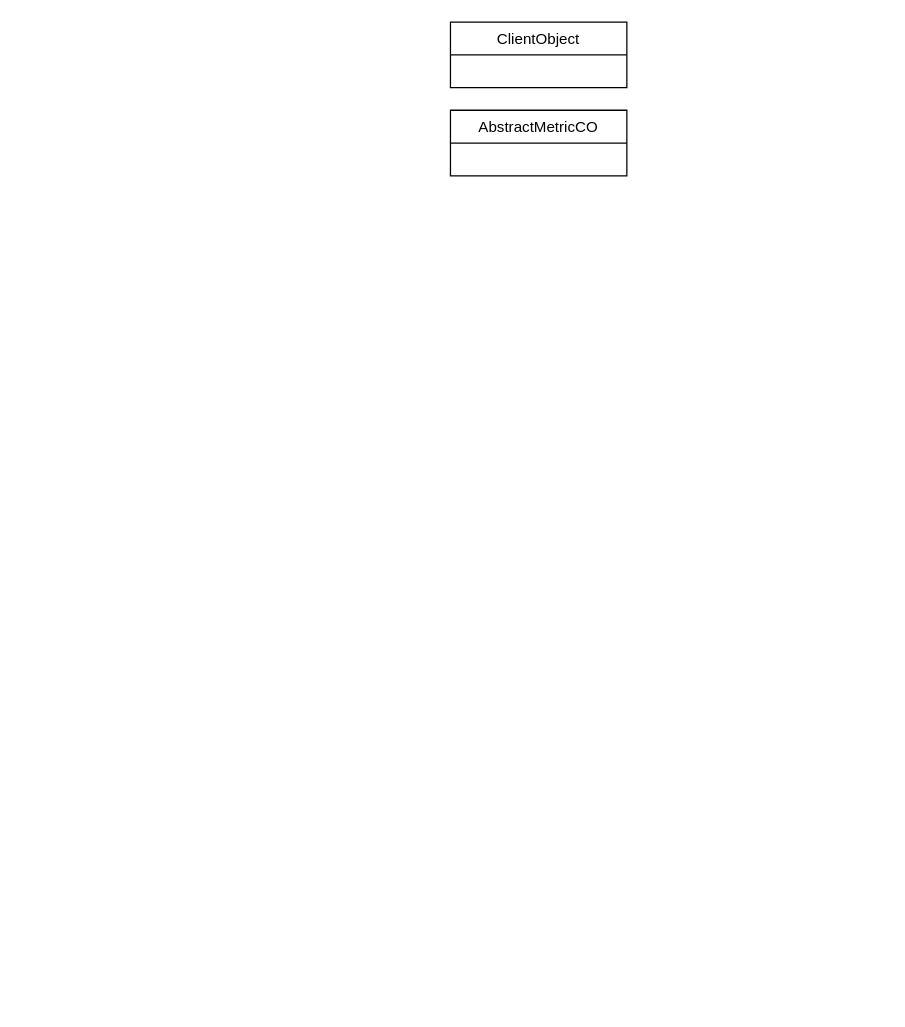
This is diagrams.net/DDDtest.drawio from ZhengweiHou/simplegit, a draw.io file, before an edit. Source tidied: cells renumbered, new cells numbered last; positions are measured from the earlier drawing's top-left corner, leaving out a move shared by most shapes. Both pictures are drawn from the tidied source at 126%, with x=0, y=0 at pixel (450, 21).
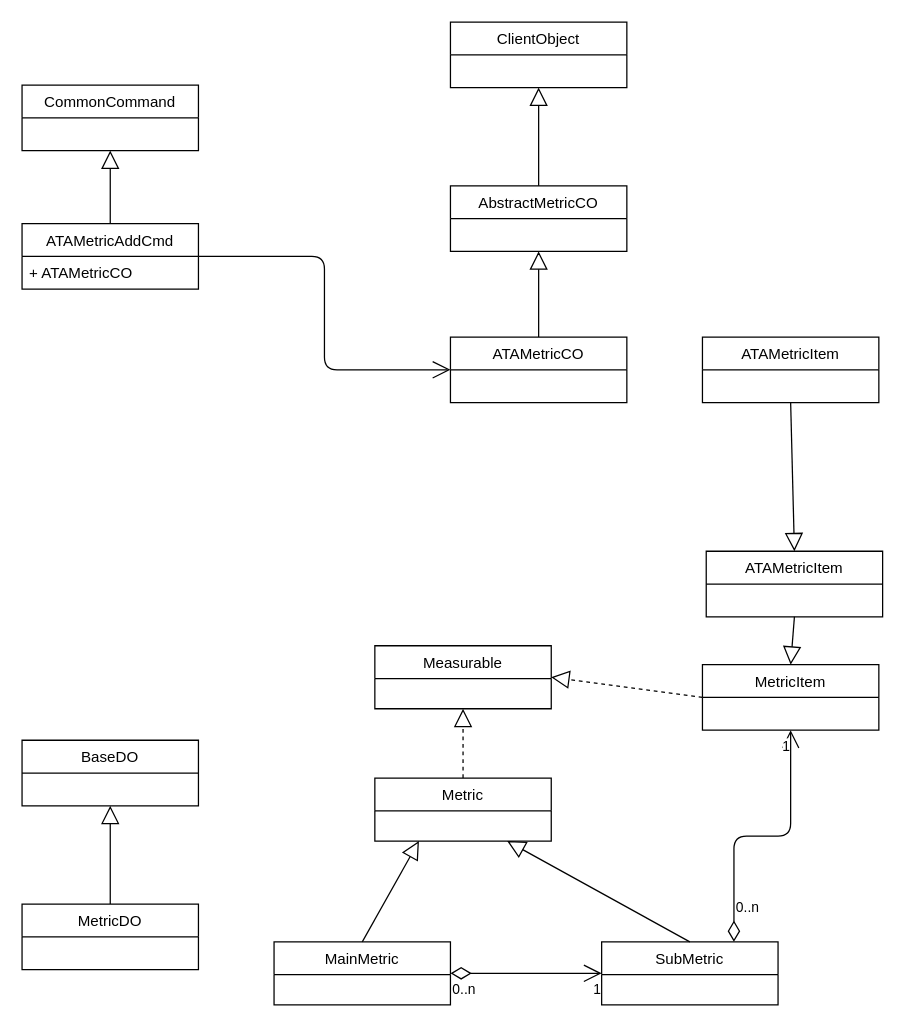
After the change.

The change refers to these unchanged cells:
```xml
<mxCell id="3" value="ClientObject" style="swimlane;fontStyle=0;horizontal=1;startSize=26;fillColor=none;" parent="1" vertex="1">
  <mxGeometry width="140" height="52" as="geometry" />
</mxCell>
```

Change to the diagram source:
```diff
@@
     <mxCell id="2" value="AbstractMetricCO" style="swimlane;fontStyle=0;horizontal=1;startSize=26;fillColor=none;" parent="1" vertex="1">
-      <mxGeometry y="70" width="140" height="52" as="geometry" />
+      <mxGeometry y="130" width="140" height="52" as="geometry" />
     </mxCell>
@@
+    <mxCell id="4" style="endArrow=block;endFill=0;endSize=12;html=1;entryX=0.5;entryY=1;entryDx=0;entryDy=0;" parent="1" edge="1" source="2" target="3">
+      <mxGeometry relative="1" as="geometry" />
+    </mxCell>
+    <mxCell id="5" value="ATAMetricCO" style="swimlane;fontStyle=0;horizontal=1;startSize=26;fillColor=none;" parent="1" vertex="1">
+      <mxGeometry y="250" width="140" height="52" as="geometry" />
+    </mxCell>
+    <mxCell id="6" style="endArrow=block;endFill=0;endSize=12;html=1;entryX=0.5;entryY=1;entryDx=0;entryDy=0;exitX=0.5;exitY=0;exitDx=0;exitDy=0;" parent="1" edge="1" source="5" target="2">
+      <mxGeometry relative="1" as="geometry" />
+    </mxCell>
+    <mxCell id="7" value="ATAMetricAddCmd" style="swimlane;fontStyle=0;horizontal=1;startSize=26;fillColor=none;" parent="1" vertex="1">
+      <mxGeometry x="-340" y="160" width="140" height="52" as="geometry" />
+    </mxCell>
+    <mxCell id="8" value="+ ATAMetricCO" style="text;strokeColor=none;fillColor=none;align=left;verticalAlign=top;spacingLeft=4;spacingRight=4;overflow=hidden;" parent="7" vertex="1">
+      <mxGeometry y="26" width="140" height="26" as="geometry" />
+    </mxCell>
+    <mxCell id="9" style="endArrow=open;endFill=1;endSize=12;html=1;entryX=0;entryY=0.5;entryDx=0;entryDy=0;exitX=1;exitY=0.5;exitDx=0;exitDy=0;edgeStyle=elbowEdgeStyle;" parent="1" edge="1" source="7" target="5">
+      <mxGeometry relative="1" as="geometry" />
+    </mxCell>
+    <mxCell id="10" value="CommonCommand" style="swimlane;fontStyle=0;horizontal=1;startSize=26;fillColor=none;" parent="1" vertex="1">
+      <mxGeometry x="-340" y="50" width="140" height="52" as="geometry" />
+    </mxCell>
+    <mxCell id="11" style="endArrow=block;endFill=0;endSize=12;html=1;entryX=0.5;entryY=1;entryDx=0;entryDy=0;" parent="1" edge="1" source="7" target="10">
+      <mxGeometry relative="1" as="geometry" />
+    </mxCell>
+    <mxCell id="12" value="ATAMetricItem" style="swimlane;fontStyle=0;horizontal=1;startSize=26;fillColor=none;" parent="1" vertex="1">
+      <mxGeometry x="200" y="250" width="140" height="52" as="geometry" />
+    </mxCell>
+    <mxCell id="13" value="MetricDO" style="swimlane;fontStyle=0;horizontal=1;startSize=26;fillColor=none;" parent="1" vertex="1">
+      <mxGeometry x="-340" y="700" width="140" height="52" as="geometry" />
+    </mxCell>
+    <mxCell id="14" value="BaseDO" style="swimlane;fontStyle=0;horizontal=1;startSize=26;fillColor=none;" parent="1" vertex="1">
+      <mxGeometry x="-340" y="570" width="140" height="52" as="geometry" />
+    </mxCell>
+    <mxCell id="15" style="endArrow=block;endFill=0;endSize=12;html=1;entryX=0.5;entryY=1;entryDx=0;entryDy=0;exitX=0.5;exitY=0;exitDx=0;exitDy=0;" parent="1" edge="1" source="13" target="14">
+      <mxGeometry relative="1" as="geometry" />
+    </mxCell>
+    <mxCell id="16" value="Measurable" style="swimlane;fontStyle=0;horizontal=1;startSize=26;fillColor=none;" parent="1" vertex="1">
+      <mxGeometry x="-60" y="495" width="140" height="50" as="geometry" />
+    </mxCell>
+    <mxCell id="17" value="Metric" style="swimlane;fontStyle=0;horizontal=1;startSize=26;fillColor=none;" parent="1" vertex="1">
+      <mxGeometry x="-60" y="600" width="140" height="50" as="geometry" />
+    </mxCell>
+    <mxCell id="18" style="endArrow=block;dashed=1;endFill=0;endSize=12;html=1;exitX=0.5;exitY=0;exitDx=0;exitDy=0;entryX=0.5;entryY=1;entryDx=0;entryDy=0;" parent="1" edge="1" source="17" target="16">
+      <mxGeometry relative="1" as="geometry" />
+    </mxCell>
+    <mxCell id="19" value="MainMetric" style="swimlane;fontStyle=0;horizontal=1;startSize=26;fillColor=none;" parent="1" vertex="1">
+      <mxGeometry x="-140" y="730" width="140" height="50" as="geometry" />
+    </mxCell>
+    <mxCell id="20" style="endArrow=block;endFill=0;endSize=12;html=1;entryX=0.25;entryY=1;entryDx=0;entryDy=0;exitX=0.5;exitY=0;exitDx=0;exitDy=0;" parent="1" edge="1" source="19" target="17">
+      <mxGeometry relative="1" as="geometry" />
+    </mxCell>
+    <mxCell id="21" value="SubMetric" style="swimlane;fontStyle=0;horizontal=1;startSize=26;fillColor=none;" parent="1" vertex="1">
+      <mxGeometry x="120" y="730" width="140" height="50" as="geometry" />
+    </mxCell>
+    <mxCell id="22" style="endArrow=block;endFill=0;endSize=12;html=1;exitX=0.5;exitY=0;exitDx=0;exitDy=0;entryX=0.75;entryY=1;entryDx=0;entryDy=0;" parent="1" edge="1" source="21" target="17">
+      <mxGeometry relative="1" as="geometry" />
+    </mxCell>
+    <mxCell id="23" style="endArrow=open;html=1;endSize=12;startArrow=diamondThin;startSize=14;startFill=0;edgeStyle=orthogonalEdgeStyle;entryX=0;entryY=0.5;entryDx=0;entryDy=0;exitX=1;exitY=0.5;exitDx=0;exitDy=0;" parent="1" edge="1" source="19" target="21">
+      <mxGeometry relative="1" as="geometry" />
+    </mxCell>
+    <mxCell id="24" value="0..n" style="edgeLabel;html=1;align=left;verticalAlign=top;" parent="23" vertex="1">
+      <mxGeometry x="-1" relative="1" as="geometry" />
+    </mxCell>
+    <mxCell id="25" value="1" style="edgeLabel;html=1;align=right;verticalAlign=top;" parent="23" vertex="1">
+      <mxGeometry x="1" relative="1" as="geometry" />
+    </mxCell>
+    <mxCell id="26" value="ATAMetricItem" style="swimlane;fontStyle=0;horizontal=1;startSize=26;fillColor=none;" parent="1" vertex="1">
+      <mxGeometry x="203" y="420" width="140" height="52" as="geometry" />
+    </mxCell>
+    <mxCell id="27" value="MetricItem" style="swimlane;fontStyle=0;horizontal=1;startSize=26;fillColor=none;" parent="1" vertex="1">
+      <mxGeometry x="200" y="510" width="140" height="52" as="geometry" />
+    </mxCell>
+    <mxCell id="28" style="endArrow=block;endFill=0;endSize=12;html=1;entryX=0.5;entryY=0;entryDx=0;entryDy=0;exitX=0.5;exitY=1;exitDx=0;exitDy=0;" parent="1" edge="1" source="12" target="26">
+      <mxGeometry relative="1" as="geometry" />
+    </mxCell>
+    <mxCell id="29" style="endArrow=block;endFill=0;endSize=12;html=1;exitX=0.5;exitY=1;exitDx=0;exitDy=0;" parent="1" edge="1" source="26">
+      <mxGeometry relative="1" as="geometry">
+        <mxPoint x="270" y="510" as="targetPoint" />
+      </mxGeometry>
+    </mxCell>
+    <mxCell id="30" style="endArrow=block;dashed=1;endFill=0;endSize=12;html=1;exitX=0;exitY=0.5;exitDx=0;exitDy=0;entryX=1;entryY=0.5;entryDx=0;entryDy=0;" parent="1" edge="1" source="27" target="16">
+      <mxGeometry relative="1" as="geometry" />
+    </mxCell>
+    <mxCell id="31" style="endArrow=open;html=1;endSize=12;startArrow=diamondThin;startSize=14;startFill=0;edgeStyle=orthogonalEdgeStyle;entryX=0.5;entryY=1;entryDx=0;entryDy=0;exitX=0.75;exitY=0;exitDx=0;exitDy=0;" parent="1" edge="1" source="21" target="27">
+      <mxGeometry relative="1" as="geometry" />
+    </mxCell>
+    <mxCell id="32" value="0..n" style="edgeLabel;html=1;align=left;verticalAlign=top;" parent="31" vertex="1">
+      <mxGeometry x="-1" relative="1" as="geometry">
+        <mxPoint y="-40" as="offset" />
+      </mxGeometry>
+    </mxCell>
+    <mxCell id="33" value="1" style="edgeLabel;html=1;align=right;verticalAlign=top;" parent="31" vertex="1">
+      <mxGeometry x="1" relative="1" as="geometry" />
+    </mxCell>
```
